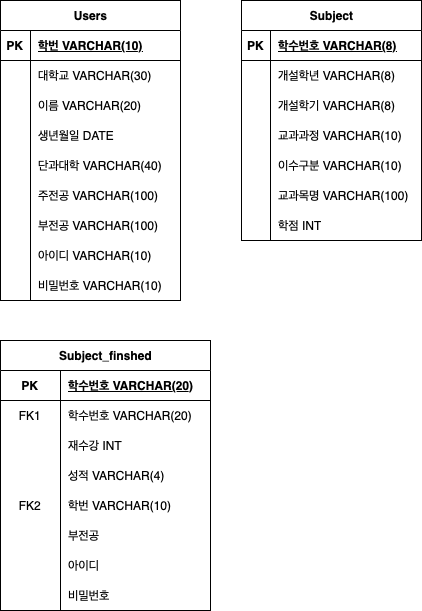
korea29/2024-01-CSC4004-03-Summer keeps this draw.io diagram as 전체 DB.drawio.png. Above is the earlier version. Source tidied: cells renumbered, new cells last; positions are measured from the earlier drawing's top-left corner, leaving out a move shared by most shapes.
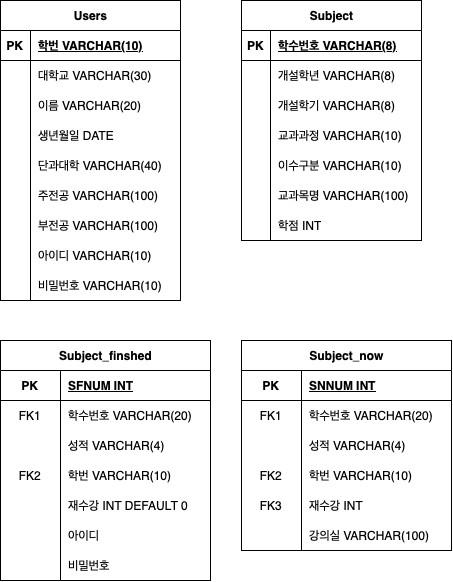
Above is the later version.

Commit message:
전체 DB.drawio.png 업데이트

Change to the diagram source:
```diff
@@ -153,7 +153,7 @@
       <mxGeometry x="29" width="151" height="30" as="geometry" />
     </mxCell>
     <mxCell id="52" value="Subject_finshed" style="shape=table;startSize=30;rowLines=0;fontStyle=1;align=center;html=1;" parent="1" vertex="1">
-      <mxGeometry y="340" width="210" height="270" as="geometry" />
+      <mxGeometry y="340" width="210" height="240" as="geometry" />
     </mxCell>
     <mxCell id="53" style="shape=tableRow;horizontal=0;startSize=0;swimlaneHead=0;swimlaneBody=0;fillColor=none;top=0;left=0;right=0;bottom=1;" parent="52" vertex="1">
       <mxGeometry y="30" width="210" height="30" as="geometry" />
@@ -161,7 +161,7 @@
     <mxCell id="54" value="PK" style="shape=partialRectangle;fillColor=none;top=0;left=0;bottom=0;right=0;fontStyle=1;overflow=hidden;whiteSpace=wrap;html=1;" parent="53" vertex="1">
       <mxGeometry width="60" height="30" as="geometry" />
     </mxCell>
-    <mxCell id="55" value="학수번호 VARCHAR(20)" style="shape=partialRectangle;fillColor=none;top=0;left=0;bottom=0;right=0;align=left;spacingLeft=6;fontStyle=5;overflow=hidden;whiteSpace=wrap;html=1;" parent="53" vertex="1">
+    <mxCell id="55" value="SFNUM INT" style="shape=partialRectangle;fillColor=none;top=0;left=0;bottom=0;right=0;align=left;spacingLeft=6;fontStyle=5;overflow=hidden;whiteSpace=wrap;html=1;" parent="53" vertex="1">
       <mxGeometry x="60" width="150" height="30" as="geometry" />
     </mxCell>
     <mxCell id="56" style="shape=tableRow;horizontal=0;startSize=0;swimlaneHead=0;swimlaneBody=0;fillColor=none;top=0;left=0;right=0;bottom=0;" parent="52" vertex="1">
@@ -173,17 +173,8 @@
     <mxCell id="58" value="학수번호 VARCHAR(20)" style="shape=partialRectangle;fillColor=none;top=0;left=0;bottom=0;right=0;align=left;spacingLeft=6;overflow=hidden;whiteSpace=wrap;html=1;" parent="56" vertex="1">
       <mxGeometry x="60" width="150" height="30" as="geometry" />
     </mxCell>
-    <mxCell id="59" style="shape=tableRow;horizontal=0;startSize=0;swimlaneHead=0;swimlaneBody=0;fillColor=none;top=0;left=0;right=0;bottom=0;" parent="52" vertex="1">
-      <mxGeometry y="90" width="210" height="30" as="geometry" />
-    </mxCell>
-    <mxCell id="60" style="shape=partialRectangle;fillColor=none;top=0;left=0;bottom=0;right=0;overflow=hidden;whiteSpace=wrap;html=1;" parent="59" vertex="1">
-      <mxGeometry width="60" height="30" as="geometry" />
-    </mxCell>
-    <mxCell id="61" value="재수강 INT" style="shape=partialRectangle;fillColor=none;top=0;left=0;bottom=0;right=0;align=left;spacingLeft=6;overflow=hidden;whiteSpace=wrap;html=1;" parent="59" vertex="1">
-      <mxGeometry x="60" width="150" height="30" as="geometry" />
-    </mxCell>
     <mxCell id="62" style="shape=tableRow;horizontal=0;startSize=0;swimlaneHead=0;swimlaneBody=0;fillColor=none;top=0;left=0;right=0;bottom=0;" parent="52" vertex="1">
-      <mxGeometry y="120" width="210" height="30" as="geometry" />
+      <mxGeometry y="90" width="210" height="30" as="geometry" />
     </mxCell>
     <mxCell id="63" style="shape=partialRectangle;fillColor=none;top=0;left=0;bottom=0;right=0;overflow=hidden;whiteSpace=wrap;html=1;" parent="62" vertex="1">
       <mxGeometry width="60" height="30" as="geometry" />
@@ -192,7 +183,7 @@
       <mxGeometry x="60" width="150" height="30" as="geometry" />
     </mxCell>
     <mxCell id="65" style="shape=tableRow;horizontal=0;startSize=0;swimlaneHead=0;swimlaneBody=0;fillColor=none;top=0;left=0;right=0;bottom=0;" parent="52" vertex="1">
-      <mxGeometry y="150" width="210" height="30" as="geometry" />
+      <mxGeometry y="120" width="210" height="30" as="geometry" />
     </mxCell>
     <mxCell id="66" value="FK2" style="shape=partialRectangle;fillColor=none;top=0;left=0;bottom=0;right=0;overflow=hidden;whiteSpace=wrap;html=1;" parent="65" vertex="1">
       <mxGeometry width="60" height="30" as="geometry" />
@@ -201,16 +192,16 @@
       <mxGeometry x="60" width="150" height="30" as="geometry" />
     </mxCell>
     <mxCell id="68" style="shape=tableRow;horizontal=0;startSize=0;swimlaneHead=0;swimlaneBody=0;fillColor=none;top=0;left=0;right=0;bottom=0;" parent="52" vertex="1">
-      <mxGeometry y="180" width="210" height="30" as="geometry" />
+      <mxGeometry y="150" width="210" height="30" as="geometry" />
     </mxCell>
     <mxCell id="69" style="shape=partialRectangle;fillColor=none;top=0;left=0;bottom=0;right=0;overflow=hidden;whiteSpace=wrap;html=1;" parent="68" vertex="1">
       <mxGeometry width="60" height="30" as="geometry" />
     </mxCell>
-    <mxCell id="70" value="부전공" style="shape=partialRectangle;fillColor=none;top=0;left=0;bottom=0;right=0;align=left;spacingLeft=6;overflow=hidden;whiteSpace=wrap;html=1;" parent="68" vertex="1">
+    <mxCell id="70" value="재수강 INT DEFAULT 0" style="shape=partialRectangle;fillColor=none;top=0;left=0;bottom=0;right=0;align=left;spacingLeft=6;overflow=hidden;whiteSpace=wrap;html=1;" parent="68" vertex="1">
       <mxGeometry x="60" width="150" height="30" as="geometry" />
     </mxCell>
     <mxCell id="71" style="shape=tableRow;horizontal=0;startSize=0;swimlaneHead=0;swimlaneBody=0;fillColor=none;top=0;left=0;right=0;bottom=0;" parent="52" vertex="1">
-      <mxGeometry y="210" width="210" height="30" as="geometry" />
+      <mxGeometry y="180" width="210" height="30" as="geometry" />
     </mxCell>
     <mxCell id="72" style="shape=partialRectangle;fillColor=none;top=0;left=0;bottom=0;right=0;overflow=hidden;whiteSpace=wrap;html=1;" parent="71" vertex="1">
       <mxGeometry width="60" height="30" as="geometry" />
@@ -219,7 +210,7 @@
       <mxGeometry x="60" width="150" height="30" as="geometry" />
     </mxCell>
     <mxCell id="74" style="shape=tableRow;horizontal=0;startSize=0;swimlaneHead=0;swimlaneBody=0;fillColor=none;top=0;left=0;right=0;bottom=0;" parent="52" vertex="1">
-      <mxGeometry y="240" width="210" height="30" as="geometry" />
+      <mxGeometry y="210" width="210" height="30" as="geometry" />
     </mxCell>
     <mxCell id="75" style="shape=partialRectangle;fillColor=none;top=0;left=0;bottom=0;right=0;overflow=hidden;whiteSpace=wrap;html=1;" parent="74" vertex="1">
       <mxGeometry width="60" height="30" as="geometry" />
@@ -227,5 +218,62 @@
     <mxCell id="76" value="비밀번호" style="shape=partialRectangle;fillColor=none;top=0;left=0;bottom=0;right=0;align=left;spacingLeft=6;overflow=hidden;whiteSpace=wrap;html=1;" parent="74" vertex="1">
       <mxGeometry x="60" width="150" height="30" as="geometry" />
     </mxCell>
+    <mxCell id="77" value="Subject_now" style="shape=table;startSize=30;rowLines=0;fontStyle=1;align=center;html=1;" parent="1" vertex="1">
+      <mxGeometry x="241" y="340" width="210" height="210" as="geometry" />
+    </mxCell>
+    <mxCell id="78" style="shape=tableRow;horizontal=0;startSize=0;swimlaneHead=0;swimlaneBody=0;fillColor=none;top=0;left=0;right=0;bottom=1;" parent="77" vertex="1">
+      <mxGeometry y="30" width="210" height="30" as="geometry" />
+    </mxCell>
+    <mxCell id="79" value="PK" style="shape=partialRectangle;fillColor=none;top=0;left=0;bottom=0;right=0;fontStyle=1;overflow=hidden;whiteSpace=wrap;html=1;" parent="78" vertex="1">
+      <mxGeometry width="60" height="30" as="geometry" />
+    </mxCell>
+    <mxCell id="80" value="SNNUM INT" style="shape=partialRectangle;fillColor=none;top=0;left=0;bottom=0;right=0;align=left;spacingLeft=6;fontStyle=5;overflow=hidden;whiteSpace=wrap;html=1;" parent="78" vertex="1">
+      <mxGeometry x="60" width="150" height="30" as="geometry" />
+    </mxCell>
+    <mxCell id="81" style="shape=tableRow;horizontal=0;startSize=0;swimlaneHead=0;swimlaneBody=0;fillColor=none;top=0;left=0;right=0;bottom=0;" parent="77" vertex="1">
+      <mxGeometry y="60" width="210" height="30" as="geometry" />
+    </mxCell>
+    <mxCell id="82" value="FK1" style="shape=partialRectangle;fillColor=none;top=0;left=0;bottom=0;right=0;overflow=hidden;whiteSpace=wrap;html=1;" parent="81" vertex="1">
+      <mxGeometry width="60" height="30" as="geometry" />
+    </mxCell>
+    <mxCell id="83" value="학수번호 VARCHAR(20)" style="shape=partialRectangle;fillColor=none;top=0;left=0;bottom=0;right=0;align=left;spacingLeft=6;overflow=hidden;whiteSpace=wrap;html=1;" parent="81" vertex="1">
+      <mxGeometry x="60" width="150" height="30" as="geometry" />
+    </mxCell>
+    <mxCell id="59" style="shape=tableRow;horizontal=0;startSize=0;swimlaneHead=0;swimlaneBody=0;fillColor=none;top=0;left=0;right=0;bottom=0;" parent="77" vertex="1">
+      <mxGeometry y="90" width="210" height="30" as="geometry" />
+    </mxCell>
+    <mxCell id="84" style="shape=partialRectangle;fillColor=none;top=0;left=0;bottom=0;right=0;overflow=hidden;whiteSpace=wrap;html=1;" parent="59" vertex="1">
+      <mxGeometry width="60" height="30" as="geometry" />
+    </mxCell>
+    <mxCell id="85" value="성적 VARCHAR(4)" style="shape=partialRectangle;fillColor=none;top=0;left=0;bottom=0;right=0;align=left;spacingLeft=6;overflow=hidden;whiteSpace=wrap;html=1;" parent="59" vertex="1">
+      <mxGeometry x="60" width="150" height="30" as="geometry" />
+    </mxCell>
+    <mxCell id="86" style="shape=tableRow;horizontal=0;startSize=0;swimlaneHead=0;swimlaneBody=0;fillColor=none;top=0;left=0;right=0;bottom=0;" parent="77" vertex="1">
+      <mxGeometry y="120" width="210" height="30" as="geometry" />
+    </mxCell>
+    <mxCell id="87" value="FK2" style="shape=partialRectangle;fillColor=none;top=0;left=0;bottom=0;right=0;overflow=hidden;whiteSpace=wrap;html=1;" parent="86" vertex="1">
+      <mxGeometry width="60" height="30" as="geometry" />
+    </mxCell>
+    <mxCell id="88" value="학번 VARCHAR(10)" style="shape=partialRectangle;fillColor=none;top=0;left=0;bottom=0;right=0;align=left;spacingLeft=6;overflow=hidden;whiteSpace=wrap;html=1;" parent="86" vertex="1">
+      <mxGeometry x="60" width="150" height="30" as="geometry" />
+    </mxCell>
+    <mxCell id="89" style="shape=tableRow;horizontal=0;startSize=0;swimlaneHead=0;swimlaneBody=0;fillColor=none;top=0;left=0;right=0;bottom=0;" parent="77" vertex="1">
+      <mxGeometry y="150" width="210" height="30" as="geometry" />
+    </mxCell>
+    <mxCell id="90" value="FK3" style="shape=partialRectangle;fillColor=none;top=0;left=0;bottom=0;right=0;overflow=hidden;whiteSpace=wrap;html=1;" parent="89" vertex="1">
+      <mxGeometry width="60" height="30" as="geometry" />
+    </mxCell>
+    <mxCell id="61" value="재수강 INT" style="shape=partialRectangle;fillColor=none;top=0;left=0;bottom=0;right=0;align=left;spacingLeft=6;overflow=hidden;whiteSpace=wrap;html=1;" parent="89" vertex="1">
+      <mxGeometry x="60" width="150" height="30" as="geometry" />
+    </mxCell>
+    <mxCell id="91" style="shape=tableRow;horizontal=0;startSize=0;swimlaneHead=0;swimlaneBody=0;fillColor=none;top=0;left=0;right=0;bottom=0;" parent="77" vertex="1">
+      <mxGeometry y="180" width="210" height="30" as="geometry" />
+    </mxCell>
+    <mxCell id="92" style="shape=partialRectangle;fillColor=none;top=0;left=0;bottom=0;right=0;overflow=hidden;whiteSpace=wrap;html=1;" parent="91" vertex="1">
+      <mxGeometry width="60" height="30" as="geometry" />
+    </mxCell>
+    <mxCell id="93" value="강의실 VARCHAR(100)" style="shape=partialRectangle;fillColor=none;top=0;left=0;bottom=0;right=0;align=left;spacingLeft=6;overflow=hidden;whiteSpace=wrap;html=1;" parent="91" vertex="1">
+      <mxGeometry x="60" width="150" height="30" as="geometry" />
+    </mxCell>
   </root>
 </mxGraphModel>
```
